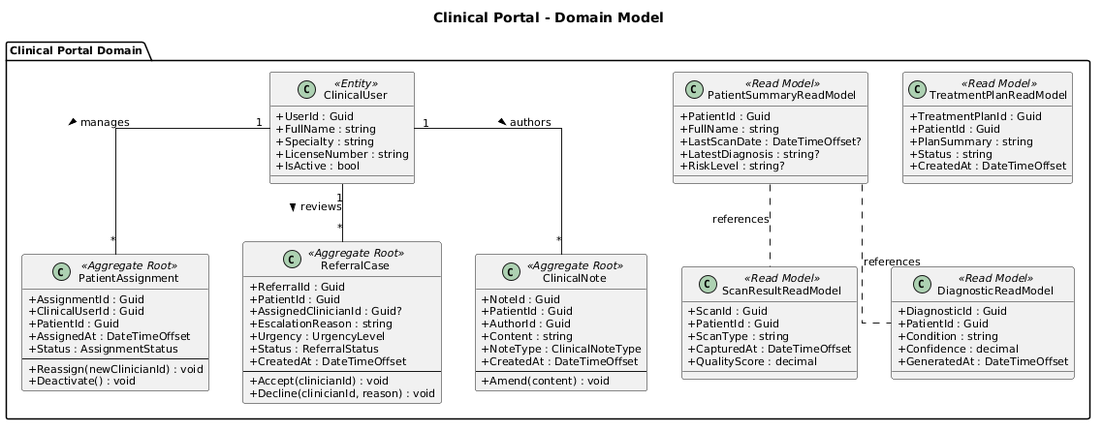
Earlier version of the PlantUML export docs/detailed-design/08-clinical-portal/class-domain-model.png (QuinntyneBrown/ClearEyeQ). Source of this version:
```plantuml
@startuml
skinparam defaultFontSize 11
skinparam classAttributeIconSize 0
skinparam linetype ortho

title Clinical Portal - Domain Model

package "Clinical Portal Domain" {

    class ClinicalUser <<Entity>> {
        + UserId : Guid
        + FullName : string
        + Specialty : string
        + LicenseNumber : string
        + IsActive : bool
    }

    class PatientAssignment <<Aggregate Root>> {
        + AssignmentId : Guid
        + ClinicalUserId : Guid
        + PatientId : Guid
        + AssignedAt : DateTimeOffset
        + Status : AssignmentStatus
        --
        + Reassign(newClinicianId) : void
        + Deactivate() : void
    }

    class ReferralCase <<Aggregate Root>> {
        + ReferralId : Guid
        + PatientId : Guid
        + AssignedClinicianId : Guid?
        + EscalationReason : string
        + Urgency : UrgencyLevel
        + Status : ReferralStatus
        + CreatedAt : DateTimeOffset
        --
        + Accept(clinicianId) : void
        + Decline(clinicianId, reason) : void
    }

    class ClinicalNote <<Aggregate Root>> {
        + NoteId : Guid
        + PatientId : Guid
        + AuthorId : Guid
        + Content : string
        + NoteType : ClinicalNoteType
        + CreatedAt : DateTimeOffset
        --
        + Amend(content) : void
    }

    class PatientSummaryReadModel <<Read Model>> {
        + PatientId : Guid
        + FullName : string
        + LastScanDate : DateTimeOffset?
        + LatestDiagnosis : string?
        + RiskLevel : string?
    }

    class ScanResultReadModel <<Read Model>> {
        + ScanId : Guid
        + PatientId : Guid
        + ScanType : string
        + CapturedAt : DateTimeOffset
        + QualityScore : decimal
    }

    class DiagnosticReadModel <<Read Model>> {
        + DiagnosticId : Guid
        + PatientId : Guid
        + Condition : string
        + Confidence : decimal
        + GeneratedAt : DateTimeOffset
    }

    class TreatmentPlanReadModel <<Read Model>> {
        + TreatmentPlanId : Guid
        + PatientId : Guid
        + PlanSummary : string
        + Status : string
        + CreatedAt : DateTimeOffset
    }
}

ClinicalUser "1" -- "*" PatientAssignment : manages >
ClinicalUser "1" -- "*" ReferralCase : reviews >
ClinicalUser "1" -- "*" ClinicalNote : authors >
PatientSummaryReadModel .. ScanResultReadModel : references
PatientSummaryReadModel .. DiagnosticReadModel : references
@enduml
```
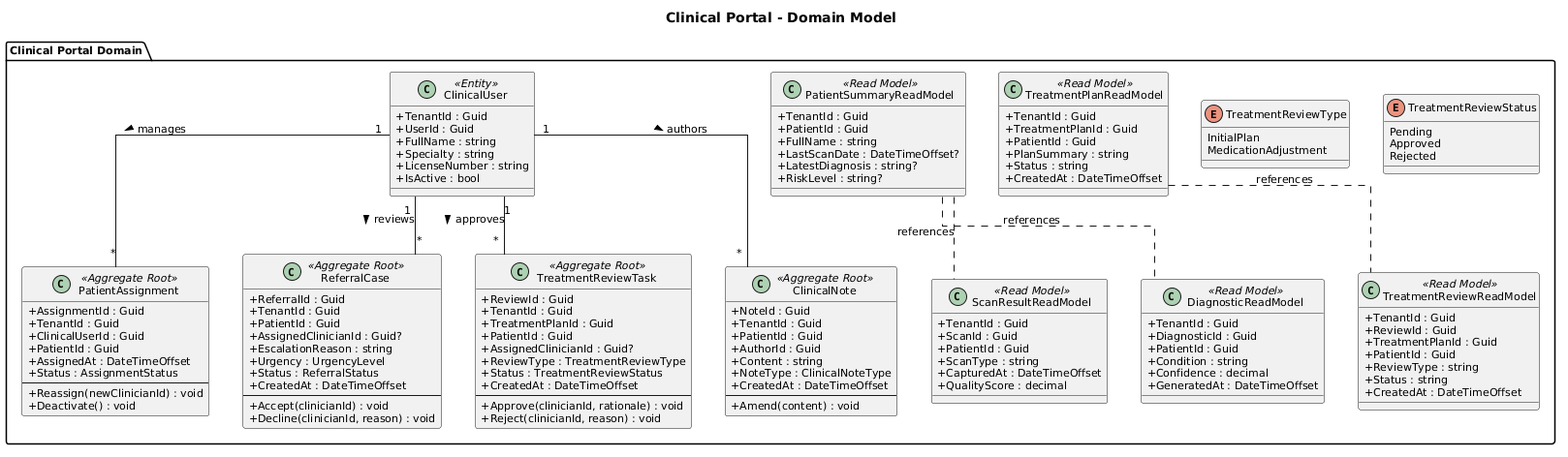
After the change.

Diff of the diagram source:
```diff
@@ -8,6 +8,7 @@
 package "Clinical Portal Domain" {
 
     class ClinicalUser <<Entity>> {
+        + TenantId : Guid
         + UserId : Guid
         + FullName : string
         + Specialty : string
@@ -17,6 +18,7 @@
 
     class PatientAssignment <<Aggregate Root>> {
         + AssignmentId : Guid
+        + TenantId : Guid
         + ClinicalUserId : Guid
         + PatientId : Guid
         + AssignedAt : DateTimeOffset
@@ -28,6 +30,7 @@
 
     class ReferralCase <<Aggregate Root>> {
         + ReferralId : Guid
+        + TenantId : Guid
         + PatientId : Guid
         + AssignedClinicianId : Guid?
         + EscalationReason : string
@@ -39,8 +42,23 @@
         + Decline(clinicianId, reason) : void
     }
 
+    class TreatmentReviewTask <<Aggregate Root>> {
+        + ReviewId : Guid
+        + TenantId : Guid
+        + TreatmentPlanId : Guid
+        + PatientId : Guid
+        + AssignedClinicianId : Guid?
+        + ReviewType : TreatmentReviewType
+        + Status : TreatmentReviewStatus
+        + CreatedAt : DateTimeOffset
+        --
+        + Approve(clinicianId, rationale) : void
+        + Reject(clinicianId, reason) : void
+    }
+
     class ClinicalNote <<Aggregate Root>> {
         + NoteId : Guid
+        + TenantId : Guid
         + PatientId : Guid
         + AuthorId : Guid
         + Content : string
@@ -51,6 +69,7 @@
     }
 
     class PatientSummaryReadModel <<Read Model>> {
+        + TenantId : Guid
         + PatientId : Guid
         + FullName : string
         + LastScanDate : DateTimeOffset?
@@ -59,6 +78,7 @@
     }
 
     class ScanResultReadModel <<Read Model>> {
+        + TenantId : Guid
         + ScanId : Guid
         + PatientId : Guid
         + ScanType : string
@@ -67,6 +87,7 @@
     }
 
     class DiagnosticReadModel <<Read Model>> {
+        + TenantId : Guid
         + DiagnosticId : Guid
         + PatientId : Guid
         + Condition : string
@@ -75,17 +96,41 @@
     }
 
     class TreatmentPlanReadModel <<Read Model>> {
+        + TenantId : Guid
         + TreatmentPlanId : Guid
         + PatientId : Guid
         + PlanSummary : string
         + Status : string
         + CreatedAt : DateTimeOffset
     }
+
+    class TreatmentReviewReadModel <<Read Model>> {
+        + TenantId : Guid
+        + ReviewId : Guid
+        + TreatmentPlanId : Guid
+        + PatientId : Guid
+        + ReviewType : string
+        + Status : string
+        + CreatedAt : DateTimeOffset
+    }
+
+    enum TreatmentReviewType {
+        InitialPlan
+        MedicationAdjustment
+    }
+
+    enum TreatmentReviewStatus {
+        Pending
+        Approved
+        Rejected
+    }
 }
 
 ClinicalUser "1" -- "*" PatientAssignment : manages >
 ClinicalUser "1" -- "*" ReferralCase : reviews >
+ClinicalUser "1" -- "*" TreatmentReviewTask : approves >
 ClinicalUser "1" -- "*" ClinicalNote : authors >
 PatientSummaryReadModel .. ScanResultReadModel : references
 PatientSummaryReadModel .. DiagnosticReadModel : references
+TreatmentPlanReadModel .. TreatmentReviewReadModel : references
 @enduml
```
